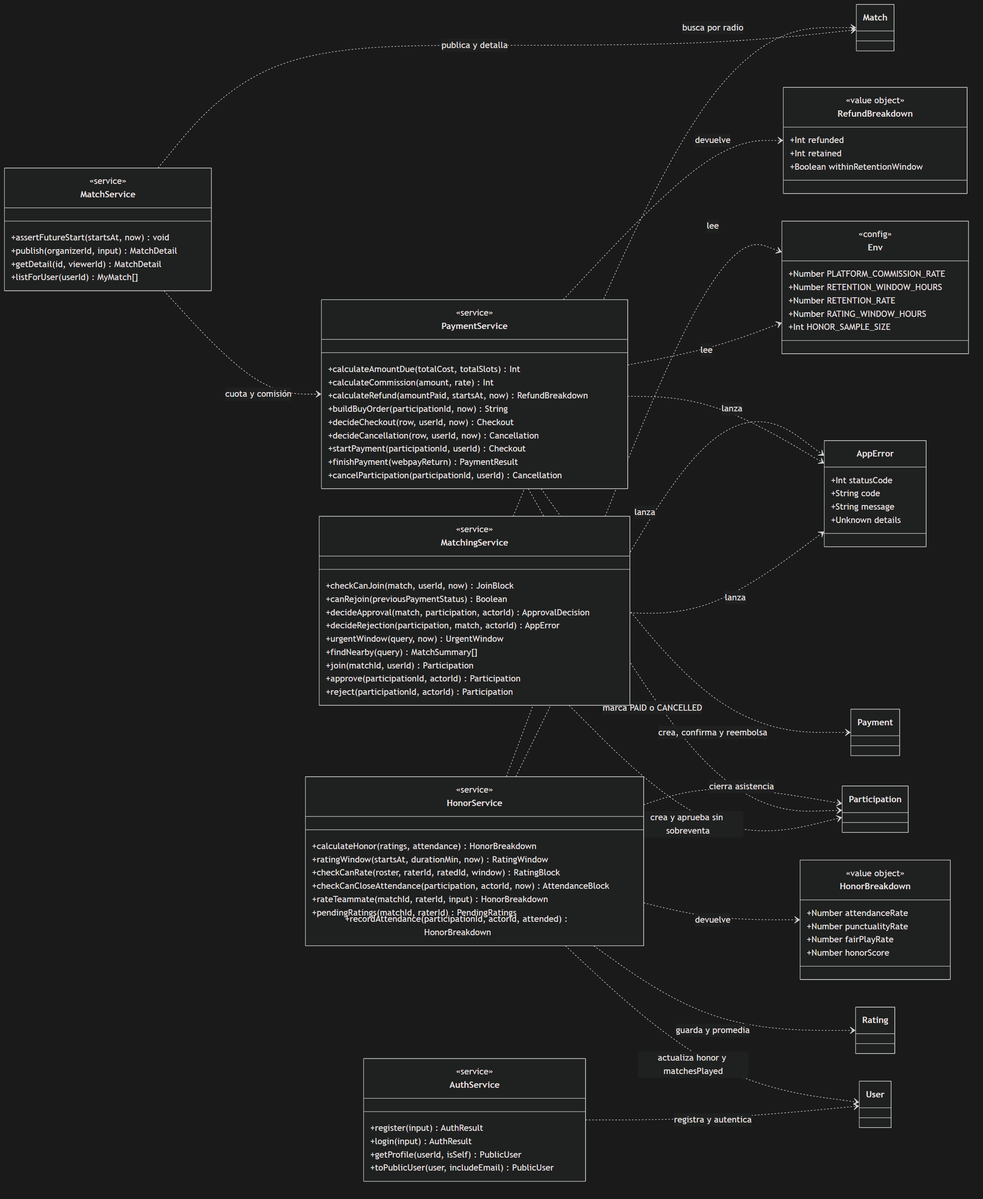
Before: fase-2-desarrollo/docs/diagramas/clases-servicios.png, a diagram exported from Mermaid (avenaaaa/KANCHA). Its source is kept beside it as fase-2-desarrollo/docs/diagramas/clases-servicios.mmd.
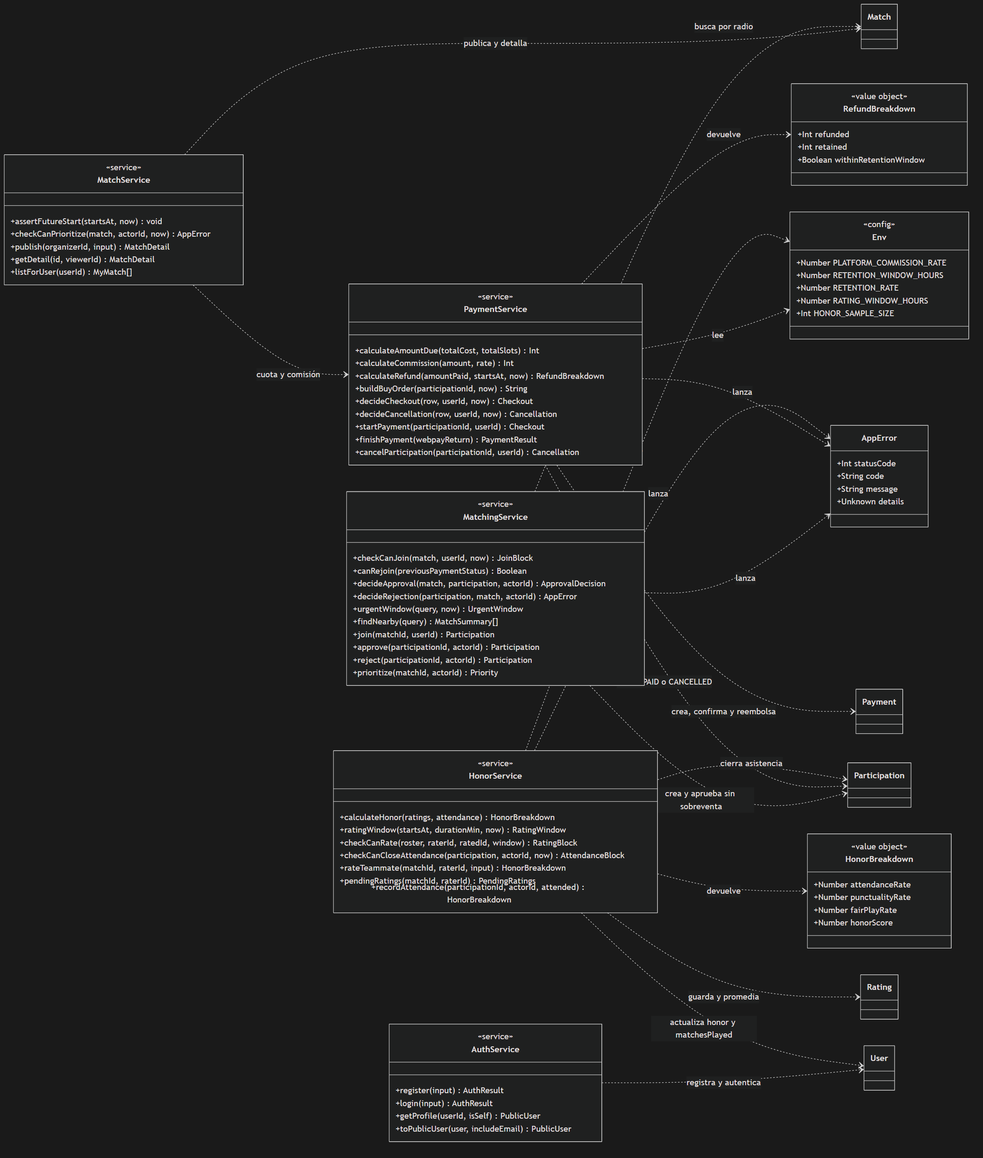
Above is the later version.

Diff of the diagram source:
```diff
@@ -36,11 +36,13 @@
         +join(matchId, userId) Participation
         +approve(participationId, actorId) Participation
         +reject(participationId, actorId) Participation
+        +prioritize(matchId, actorId) Priority
     }
 
     class MatchService {
         <<service>>
         +assertFutureStart(startsAt, now) void
+        +checkCanPrioritize(match, actorId, now) AppError
         +publish(organizerId, input) MatchDetail
         +getDetail(id, viewerId) MatchDetail
         +listForUser(userId) MyMatch[]
```
